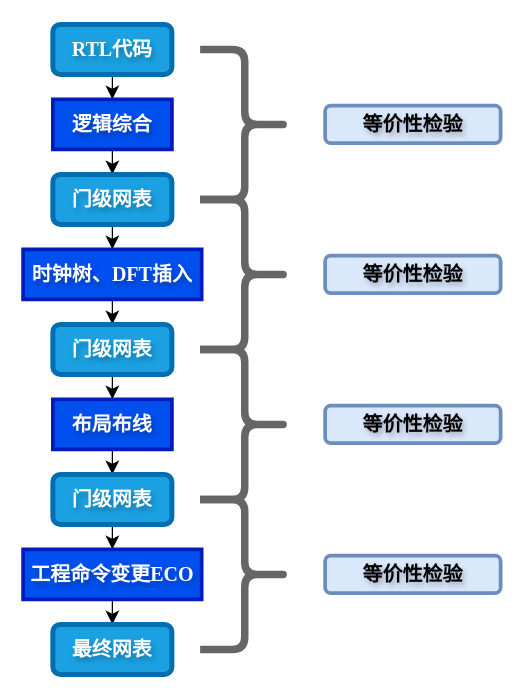
Above: dp/EDA流程.drawio in hyw-num/alg (draw.io), before the change. Source tidied: cells renumbered, new cells numbered last; positions are measured from the earlier drawing's top-left corner, leaving out a move shared by most shapes. Both pictures are drawn from the tidied source at 125%, with x=0, y=0 at pixel (22, 24).
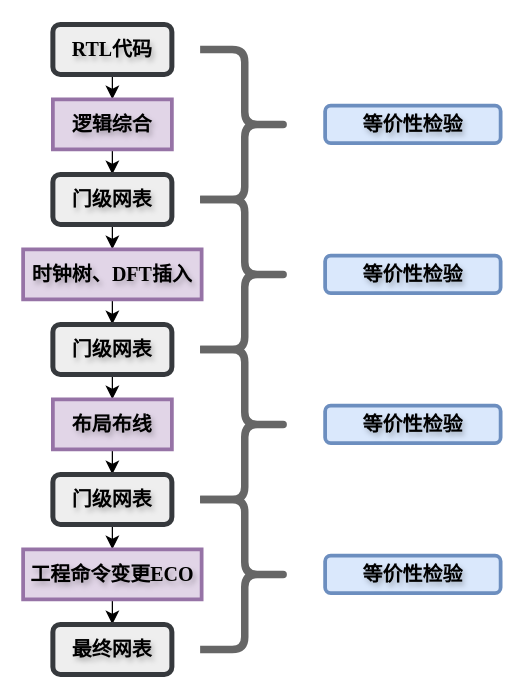
The same diagram, later.

Unchanged cells that the change refers to:
```xml
<mxCell id="2" style="group;fontSize=16;textShadow=1;" parent="1" vertex="1">
  <mxGeometry width="382" height="520" as="geometry" />
</mxCell>
```

What changed in the source:
```diff
@@
-    <mxCell id="4" value="&lt;font face=&quot;Times New Roman&quot;&gt;RTL&lt;/font&gt;代码" style="rounded=1;whiteSpace=wrap;html=1;fontFamily=宋体;fontStyle=1;fillColor=#1ba1e2;fontColor=#ffffff;strokeColor=#006EAF;strokeWidth=4;fontSize=16;textShadow=1;" parent="2" vertex="1">
+    <mxCell id="4" value="&lt;font face=&quot;Times New Roman&quot;&gt;RTL&lt;/font&gt;代码" style="rounded=1;whiteSpace=wrap;html=1;fontFamily=宋体;fontStyle=1;fillColor=#eeeeee;strokeColor=#36393d;strokeWidth=4;fontSize=16;textShadow=1;" parent="2" vertex="1">
       <mxGeometry x="23.8" width="95.2" height="40" as="geometry" />
     </mxCell>
@@
-    <mxCell id="6" value="逻辑综合" style="rounded=0;whiteSpace=wrap;html=1;fontFamily=宋体;fontStyle=1;fillColor=#0050ef;fontColor=#ffffff;strokeColor=#001DBC;strokeWidth=3;fontSize=16;textShadow=1;" parent="2" vertex="1">
+    <mxCell id="6" value="逻辑综合" style="rounded=0;whiteSpace=wrap;html=1;fontFamily=宋体;fontStyle=1;strokeWidth=3;fontSize=16;textShadow=1;fillColor=#e1d5e7;strokeColor=#9673a6;glass=0;shadow=0;" parent="2" vertex="1">
       <mxGeometry x="23.8" y="60" width="95.2" height="40" as="geometry" />
     </mxCell>
@@
-    <mxCell id="8" value="门级网表" style="rounded=1;whiteSpace=wrap;html=1;fontFamily=宋体;fontStyle=1;fillColor=#1ba1e2;fontColor=#ffffff;strokeColor=#006EAF;strokeWidth=4;fontSize=16;textShadow=1;" parent="2" vertex="1">
+    <mxCell id="8" value="门级网表" style="rounded=1;whiteSpace=wrap;html=1;fontFamily=宋体;fontStyle=1;fillColor=#eeeeee;strokeColor=#36393d;strokeWidth=4;fontSize=16;textShadow=1;" parent="2" vertex="1">
       <mxGeometry x="23.8" y="120" width="95.2" height="40" as="geometry" />
     </mxCell>
@@
-    <mxCell id="10" value="时钟树、&lt;font face=&quot;Times New Roman&quot;&gt;DFT&lt;/font&gt;插入" style="rounded=0;whiteSpace=wrap;html=1;fontFamily=宋体;fontStyle=1;fillColor=#0050ef;fontColor=#ffffff;strokeColor=#001DBC;strokeWidth=3;fontSize=16;textShadow=1;" parent="2" vertex="1">
+    <mxCell id="10" value="时钟树、&lt;font face=&quot;Times New Roman&quot;&gt;DFT&lt;/font&gt;插入" style="rounded=0;whiteSpace=wrap;html=1;fontFamily=宋体;fontStyle=1;strokeWidth=3;fontSize=16;textShadow=1;fillColor=#e1d5e7;strokeColor=#9673a6;" parent="2" vertex="1">
       <mxGeometry y="180" width="142.8" height="40" as="geometry" />
     </mxCell>
@@
-    <mxCell id="12" value="门级网表" style="rounded=1;whiteSpace=wrap;html=1;fontFamily=宋体;fontStyle=1;fillColor=#1ba1e2;fontColor=#ffffff;strokeColor=#006EAF;strokeWidth=4;fontSize=16;textShadow=1;" parent="2" vertex="1">
+    <mxCell id="12" value="门级网表" style="rounded=1;whiteSpace=wrap;html=1;fontFamily=宋体;fontStyle=1;fillColor=#eeeeee;strokeColor=#36393d;strokeWidth=4;fontSize=16;textShadow=1;" parent="2" vertex="1">
       <mxGeometry x="23.8" y="240" width="95.2" height="40" as="geometry" />
     </mxCell>
@@
-    <mxCell id="14" value="布局布线" style="rounded=0;whiteSpace=wrap;html=1;fontFamily=宋体;fontStyle=1;fillColor=#0050ef;fontColor=#ffffff;strokeColor=#001DBC;strokeWidth=3;fontSize=16;textShadow=1;" parent="2" vertex="1">
+    <mxCell id="14" value="布局布线" style="rounded=0;whiteSpace=wrap;html=1;fontFamily=宋体;fontStyle=1;strokeWidth=3;fontSize=16;textShadow=1;fillColor=#e1d5e7;strokeColor=#9673a6;" parent="2" vertex="1">
       <mxGeometry x="23.8" y="300" width="95.2" height="40" as="geometry" />
     </mxCell>
@@
-    <mxCell id="16" value="门级网表" style="rounded=1;whiteSpace=wrap;html=1;fontFamily=宋体;fontStyle=1;fillColor=#1ba1e2;fontColor=#ffffff;strokeColor=#006EAF;strokeWidth=4;fontSize=16;textShadow=1;" parent="2" vertex="1">
+    <mxCell id="16" value="门级网表" style="rounded=1;whiteSpace=wrap;html=1;fontFamily=宋体;fontStyle=1;fillColor=#eeeeee;strokeColor=#36393d;strokeWidth=4;fontSize=16;textShadow=1;" parent="2" vertex="1">
       <mxGeometry x="23.8" y="360" width="95.2" height="40" as="geometry" />
     </mxCell>
@@
-    <mxCell id="18" value="工程命令变更&lt;font face=&quot;Times New Roman&quot;&gt;ECO&lt;/font&gt;" style="rounded=0;whiteSpace=wrap;html=1;fontFamily=宋体;fontStyle=1;fillColor=#0050ef;fontColor=#ffffff;strokeColor=#001DBC;strokeWidth=3;fontSize=16;textShadow=1;" parent="2" vertex="1">
+    <mxCell id="18" value="工程命令变更&lt;font face=&quot;Times New Roman&quot;&gt;ECO&lt;/font&gt;" style="rounded=0;whiteSpace=wrap;html=1;fontFamily=宋体;fontStyle=1;strokeWidth=3;fontSize=16;textShadow=1;fillColor=#e1d5e7;strokeColor=#9673a6;" parent="2" vertex="1">
       <mxGeometry y="420" width="142.8" height="40" as="geometry" />
     </mxCell>
-    <mxCell id="19" value="最终网表" style="rounded=1;whiteSpace=wrap;html=1;fontFamily=宋体;fontStyle=1;fillColor=#1ba1e2;fontColor=#ffffff;strokeColor=#006EAF;strokeWidth=4;fontSize=16;textShadow=1;" parent="2" vertex="1">
+    <mxCell id="19" value="最终网表" style="rounded=1;whiteSpace=wrap;html=1;fontFamily=宋体;fontStyle=1;fillColor=#eeeeee;strokeColor=#36393d;strokeWidth=4;fontSize=16;textShadow=1;" parent="2" vertex="1">
       <mxGeometry x="23.8" y="480" width="95.2" height="40" as="geometry" />
     </mxCell>
```
